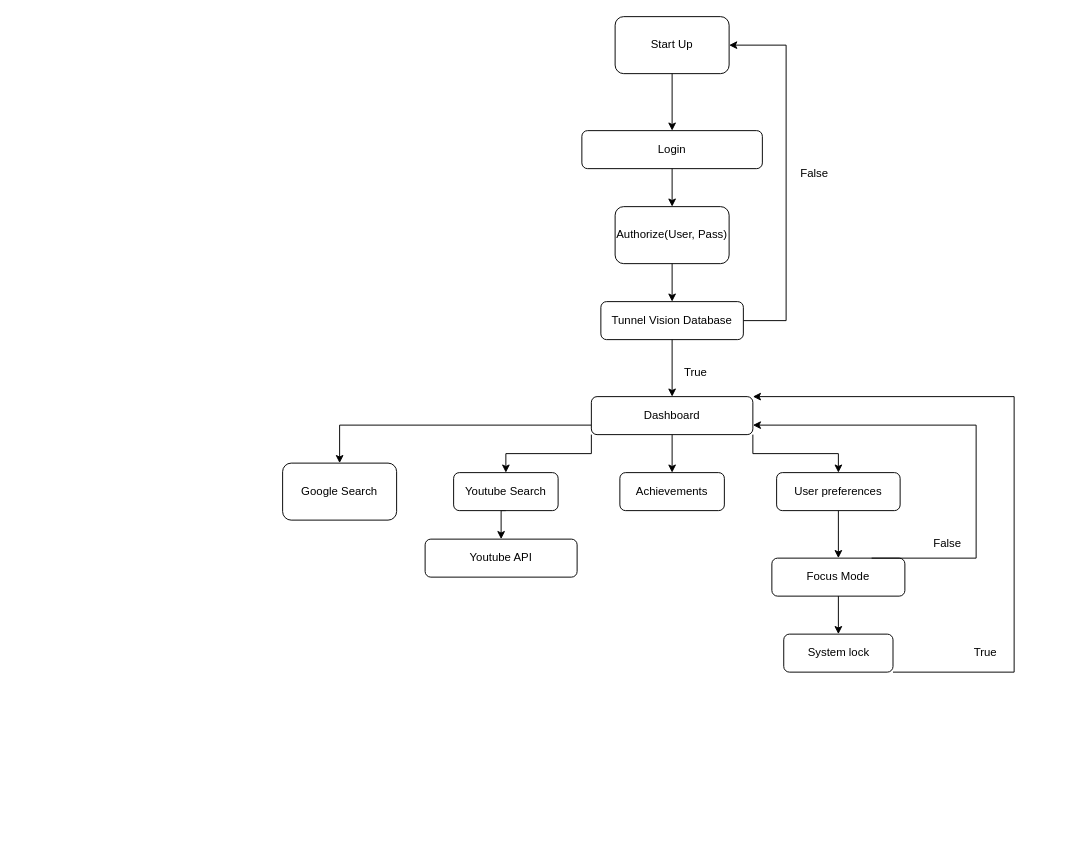
Before: Documentation/Architecture/Architecture for Tunnel Vision.drawio in The-MS-LED-Group/Tunnel-Vision-Project, a draw.io diagram. Source tidied: cells renumbered, new cells numbered last; positions are measured from the earlier drawing's top-left corner, leaving out a move shared by most shapes. Both pictures are drawn from the tidied source at 95%, with x=0, y=0 at pixel (282, 16).
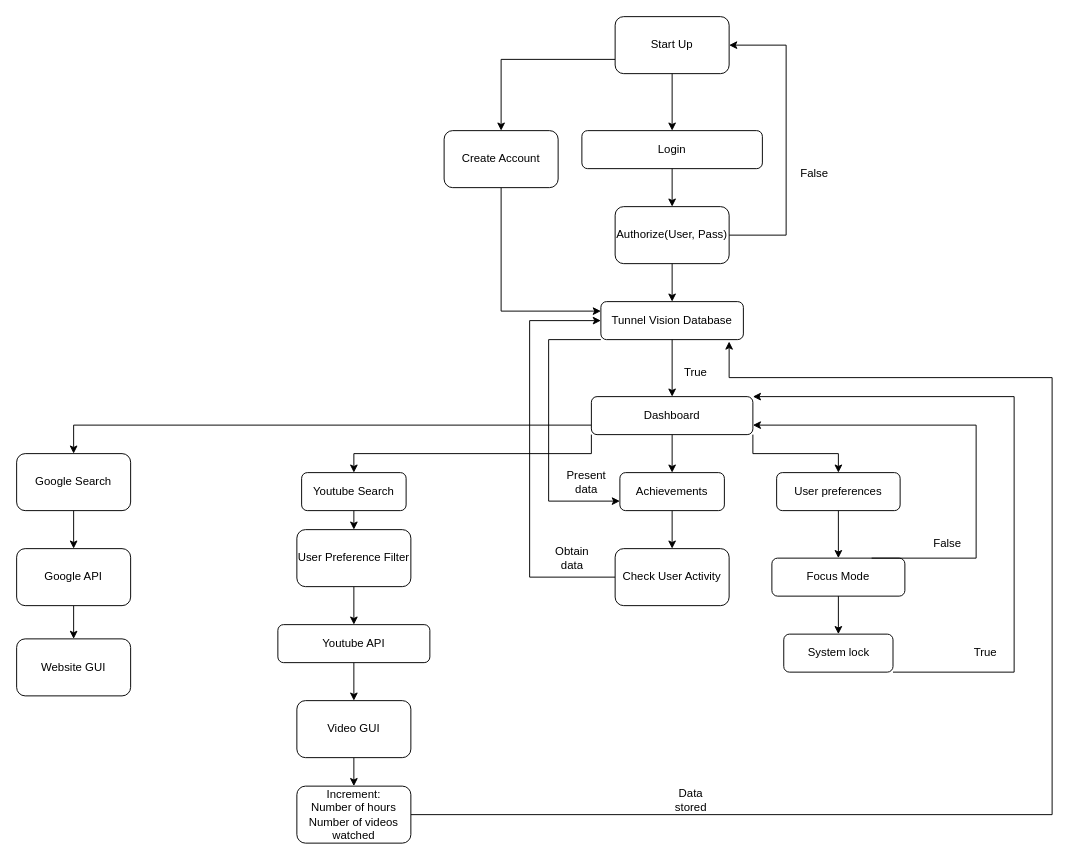
After the change.

The change refers to these unchanged cells:
```xml
<mxCell id="4" value="Tunnel Vision Database" style="rounded=1;whiteSpace=wrap;html=1;" parent="1" vertex="1">
  <mxGeometry x="335" y="300" width="150" height="40" as="geometry" />
</mxCell>
<mxCell id="14" value="Achievements" style="rounded=1;whiteSpace=wrap;html=1;" parent="1" vertex="1">
  <mxGeometry x="355" y="480" width="110" height="40" as="geometry" />
</mxCell>
<mxCell id="17" value="Start Up" style="rounded=1;whiteSpace=wrap;html=1;" parent="1" vertex="1">
  <mxGeometry x="350" width="120" height="60" as="geometry" />
</mxCell>
<mxCell id="19" value="Authorize(User, Pass)" style="rounded=1;whiteSpace=wrap;html=1;" parent="1" vertex="1">
  <mxGeometry x="350" y="200" width="120" height="60" as="geometry" />
</mxCell>
```

Diff of the diagram source:
```diff
@@
-    <mxCell id="3" style="edgeStyle=orthogonalEdgeStyle;rounded=0;jettySize=auto;html=1;exitX=1;exitY=0.5;exitDx=0;exitDy=0;entryX=1;entryY=0.5;entryDx=0;entryDy=0;" parent="1" edge="1" source="4" target="17">
+    <mxCell id="3" style="edgeStyle=orthogonalEdgeStyle;rounded=0;jettySize=auto;html=1;exitX=1;exitY=0.5;exitDx=0;exitDy=0;entryX=1;entryY=0.5;entryDx=0;entryDy=0;" parent="1" edge="1" source="19" target="17">
       <mxGeometry relative="1" as="geometry">
         <Array as="points">
-          <mxPoint x="530" y="320" />
+          <mxPoint x="530" y="230" />
           <mxPoint x="530" y="30" />
         </Array>
       </mxGeometry>
     </mxCell>
+    <mxCell id="32" style="edgeStyle=orthogonalEdgeStyle;rounded=0;jettySize=auto;html=1;exitX=0;exitY=1;exitDx=0;exitDy=0;entryX=0;entryY=0.75;entryDx=0;entryDy=0;" parent="1" edge="1" source="4" target="14">
+      <mxGeometry relative="1" as="geometry">
+        <Array as="points">
+          <mxPoint x="280" y="340" />
+          <mxPoint x="280" y="510" />
+        </Array>
+      </mxGeometry>
+    </mxCell>
@@
+    <mxCell id="33" style="edgeStyle=orthogonalEdgeStyle;rounded=0;jettySize=auto;html=1;exitX=0.5;exitY=1;exitDx=0;exitDy=0;entryX=0.5;entryY=0;entryDx=0;entryDy=0;" parent="1" edge="1" source="5" target="45">
+      <mxGeometry relative="1" as="geometry" />
+    </mxCell>
     <mxCell id="5" value="Youtube API" style="rounded=1;whiteSpace=wrap;html=1;" parent="1" vertex="1">
-      <mxGeometry x="150" y="550" width="160" height="40" as="geometry" />
+      <mxGeometry x="-5" y="640" width="160" height="40" as="geometry" />
     </mxCell>
@@
+    <mxCell id="34" style="edgeStyle=orthogonalEdgeStyle;rounded=0;jettySize=auto;html=1;exitX=0.5;exitY=1;exitDx=0;exitDy=0;entryX=0.5;entryY=0;entryDx=0;entryDy=0;" parent="1" edge="1" source="14" target="43">
+      <mxGeometry relative="1" as="geometry" />
+    </mxCell>
@@
-    <mxCell id="15" style="edgeStyle=orthogonalEdgeStyle;rounded=0;jettySize=auto;html=1;exitX=0.5;exitY=1;exitDx=0;exitDy=0;entryX=0.5;entryY=0;entryDx=0;entryDy=0;" parent="1" edge="1" source="16" target="5">
-      <mxGeometry relative="1" as="geometry" />
-    </mxCell>
+    <mxCell id="35" style="edgeStyle=orthogonalEdgeStyle;rounded=0;jettySize=auto;html=1;exitX=0.5;exitY=1;exitDx=0;exitDy=0;entryX=0.5;entryY=0;entryDx=0;entryDy=0;" parent="1" edge="1" source="16" target="41">
+      <mxGeometry relative="1" as="geometry" />
+    </mxCell>
     <mxCell id="16" value="Youtube Search" style="rounded=1;whiteSpace=wrap;html=1;" parent="1" vertex="1">
-      <mxGeometry x="180" y="480" width="110" height="40" as="geometry" />
+      <mxGeometry x="20" y="480" width="110" height="40" as="geometry" />
     </mxCell>
+    <mxCell id="36" style="edgeStyle=orthogonalEdgeStyle;rounded=0;jettySize=auto;html=1;exitX=0;exitY=0.75;exitDx=0;exitDy=0;entryX=0.5;entryY=0;entryDx=0;entryDy=0;" parent="1" edge="1" source="17" target="53">
+      <mxGeometry relative="1" as="geometry" />
+    </mxCell>
@@
+    <mxCell id="37" style="edgeStyle=orthogonalEdgeStyle;rounded=0;jettySize=auto;html=1;exitX=0.5;exitY=1;exitDx=0;exitDy=0;entryX=0.5;entryY=0;entryDx=0;entryDy=0;" parent="1" edge="1" source="27" target="39">
+      <mxGeometry relative="1" as="geometry" />
+    </mxCell>
     <mxCell id="27" value="Google Search" style="rounded=1;whiteSpace=wrap;html=1;" parent="1" vertex="1">
-      <mxGeometry y="470" width="120" height="60" as="geometry" />
+      <mxGeometry x="-280" y="460" width="120" height="60" as="geometry" />
     </mxCell>
@@
+    <mxCell id="38" style="edgeStyle=orthogonalEdgeStyle;rounded=0;jettySize=auto;html=1;exitX=0.5;exitY=1;exitDx=0;exitDy=0;entryX=0.5;entryY=0;entryDx=0;entryDy=0;" parent="1" edge="1" source="39" target="46">
+      <mxGeometry relative="1" as="geometry" />
+    </mxCell>
+    <mxCell id="39" value="Google API" style="rounded=1;whiteSpace=wrap;html=1;" parent="1" vertex="1">
+      <mxGeometry x="-280" y="560" width="120" height="60" as="geometry" />
+    </mxCell>
+    <mxCell id="40" style="edgeStyle=orthogonalEdgeStyle;rounded=0;jettySize=auto;html=1;exitX=0.5;exitY=1;exitDx=0;exitDy=0;entryX=0.5;entryY=0;entryDx=0;entryDy=0;" parent="1" edge="1" source="41" target="5">
+      <mxGeometry relative="1" as="geometry" />
+    </mxCell>
+    <mxCell id="41" value="User Preference Filter" style="rounded=1;whiteSpace=wrap;html=1;" parent="1" vertex="1">
+      <mxGeometry x="15" y="540" width="120" height="60" as="geometry" />
+    </mxCell>
+    <mxCell id="42" style="edgeStyle=orthogonalEdgeStyle;rounded=0;jettySize=auto;html=1;exitX=0;exitY=0.5;exitDx=0;exitDy=0;entryX=0;entryY=0.5;entryDx=0;entryDy=0;" parent="1" edge="1" source="43" target="4">
+      <mxGeometry relative="1" as="geometry">
+        <Array as="points">
+          <mxPoint x="260" y="590" />
+          <mxPoint x="260" y="320" />
+        </Array>
+      </mxGeometry>
+    </mxCell>
+    <mxCell id="43" value="Check User Activity" style="rounded=1;whiteSpace=wrap;html=1;" parent="1" vertex="1">
+      <mxGeometry x="350" y="560" width="120" height="60" as="geometry" />
+    </mxCell>
+    <mxCell id="44" style="edgeStyle=orthogonalEdgeStyle;rounded=0;jettySize=auto;html=1;exitX=0.5;exitY=1;exitDx=0;exitDy=0;entryX=0.5;entryY=0;entryDx=0;entryDy=0;" parent="1" edge="1" source="45" target="48">
+      <mxGeometry relative="1" as="geometry" />
+    </mxCell>
+    <mxCell id="45" value="Video GUI" style="rounded=1;whiteSpace=wrap;html=1;" parent="1" vertex="1">
+      <mxGeometry x="15" y="720" width="120" height="60" as="geometry" />
+    </mxCell>
+    <mxCell id="46" value="Website GUI" style="rounded=1;whiteSpace=wrap;html=1;" parent="1" vertex="1">
+      <mxGeometry x="-280" y="655" width="120" height="60" as="geometry" />
+    </mxCell>
+    <mxCell id="47" style="edgeStyle=orthogonalEdgeStyle;rounded=0;jettySize=auto;html=1;exitX=1;exitY=0.5;exitDx=0;exitDy=0;entryX=0.9;entryY=1.05;entryDx=0;entryDy=0;entryPerimeter=0;" parent="1" edge="1" source="48" target="4">
+      <mxGeometry relative="1" as="geometry">
+        <Array as="points">
+          <mxPoint x="810" y="840" />
+          <mxPoint x="810" y="380" />
+          <mxPoint x="470" y="380" />
+        </Array>
+      </mxGeometry>
+    </mxCell>
+    <mxCell id="48" value="Increment:&lt;br&gt;Number of hours&lt;br&gt;Number of videos watched&lt;br&gt;" style="rounded=1;whiteSpace=wrap;html=1;" parent="1" vertex="1">
+      <mxGeometry x="15" y="810" width="120" height="60" as="geometry" />
+    </mxCell>
+    <mxCell id="49" value="Data stored" style="text;html=1;strokeColor=none;fillColor=none;align=center;verticalAlign=middle;whiteSpace=wrap;rounded=0;" parent="1" vertex="1">
+      <mxGeometry x="400" y="810" width="60" height="30" as="geometry" />
+    </mxCell>
+    <mxCell id="50" value="Obtain data" style="text;html=1;strokeColor=none;fillColor=none;align=center;verticalAlign=middle;whiteSpace=wrap;rounded=0;" parent="1" vertex="1">
+      <mxGeometry x="275" y="555" width="60" height="30" as="geometry" />
+    </mxCell>
+    <mxCell id="51" value="Present data" style="text;html=1;strokeColor=none;fillColor=none;align=center;verticalAlign=middle;whiteSpace=wrap;rounded=0;" parent="1" vertex="1">
+      <mxGeometry x="290" y="475" width="60" height="30" as="geometry" />
+    </mxCell>
+    <mxCell id="52" style="edgeStyle=orthogonalEdgeStyle;rounded=0;jettySize=auto;html=1;exitX=0.5;exitY=1;exitDx=0;exitDy=0;entryX=0;entryY=0.25;entryDx=0;entryDy=0;" parent="1" edge="1" source="53" target="4">
+      <mxGeometry relative="1" as="geometry" />
+    </mxCell>
+    <mxCell id="53" value="Create Account" style="rounded=1;whiteSpace=wrap;html=1;" parent="1" vertex="1">
+      <mxGeometry x="170" y="120" width="120" height="60" as="geometry" />
+    </mxCell>
```
